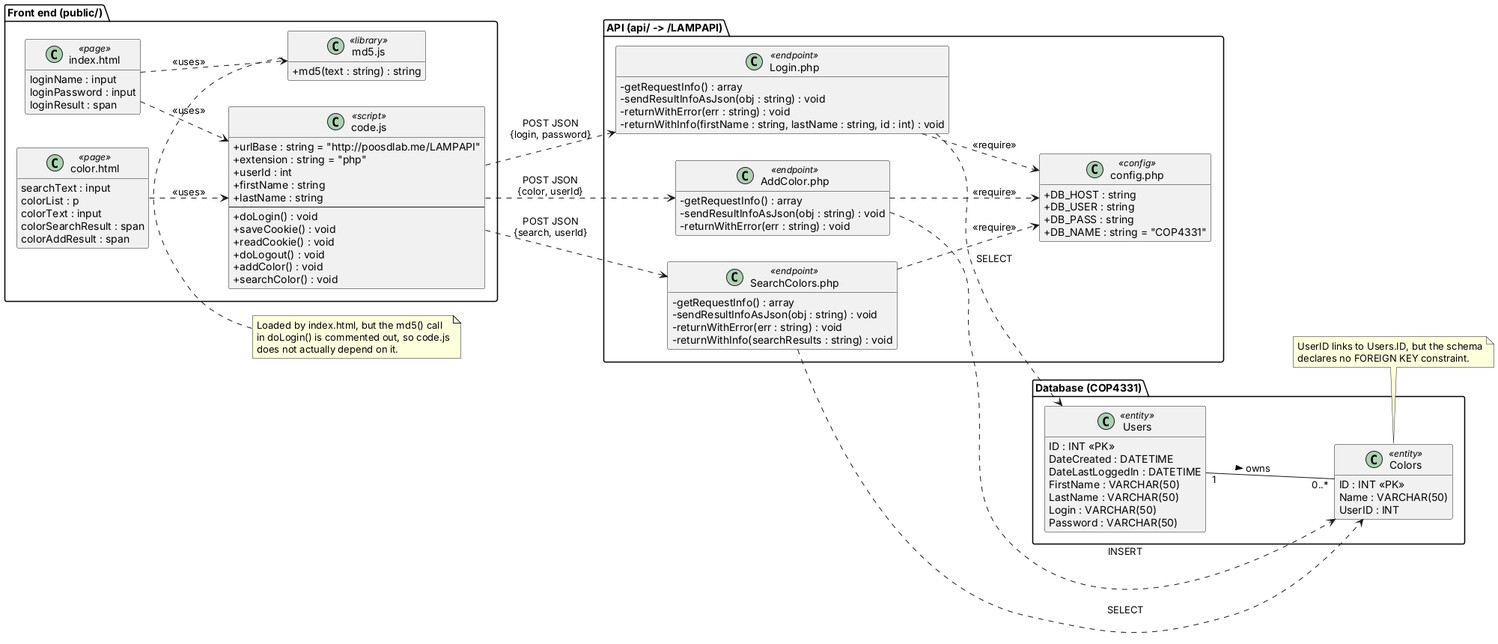
Earlier version of the PlantUML export docs/uml/class.png (JoshuaE92/PoosdProject).
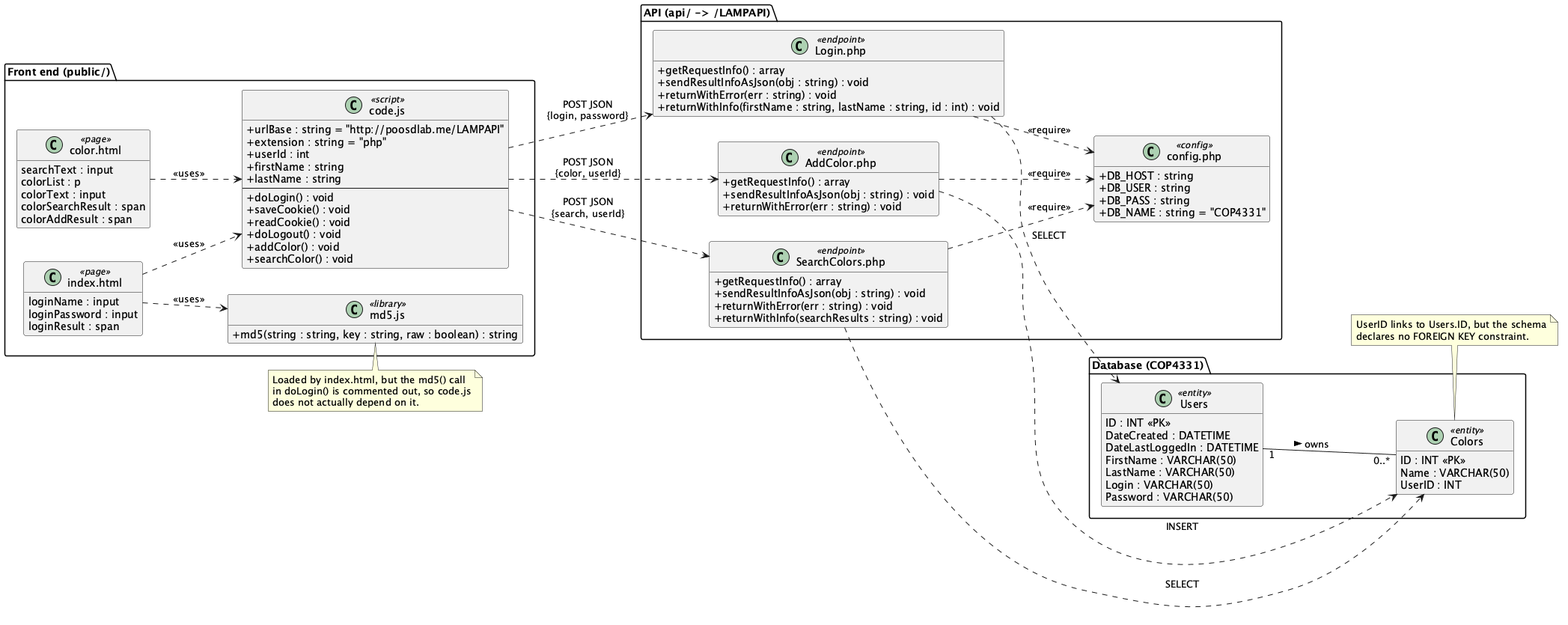
Later version of the same file.

Commit message:
Fix UML diagrams after review against code and class readings

What changed in the source:
```diff
@@ -31,27 +31,27 @@
     +searchColor() : void
   }
   class "md5.js" as MD5 <<library>> {
-    +md5(text : string) : string
+    +md5(string : string, key : string, raw : boolean) : string
   }
 }
 
 package "API (api/ -> /LAMPAPI)" {
   class "Login.php" as LoginAPI <<endpoint>> {
-    -getRequestInfo() : array
-    -sendResultInfoAsJson(obj : string) : void
-    -returnWithError(err : string) : void
-    -returnWithInfo(firstName : string, lastName : string, id : int) : void
+    +getRequestInfo() : array
+    +sendResultInfoAsJson(obj : string) : void
+    +returnWithError(err : string) : void
+    +returnWithInfo(firstName : string, lastName : string, id : int) : void
   }
   class "AddColor.php" as AddColorAPI <<endpoint>> {
-    -getRequestInfo() : array
-    -sendResultInfoAsJson(obj : string) : void
-    -returnWithError(err : string) : void
+    +getRequestInfo() : array
+    +sendResultInfoAsJson(obj : string) : void
+    +returnWithError(err : string) : void
   }
   class "SearchColors.php" as SearchAPI <<endpoint>> {
-    -getRequestInfo() : array
-    -sendResultInfoAsJson(obj : string) : void
-    -returnWithError(err : string) : void
-    -returnWithInfo(searchResults : string) : void
+    +getRequestInfo() : array
+    +sendResultInfoAsJson(obj : string) : void
+    +returnWithError(err : string) : void
+    +returnWithInfo(searchResults : string) : void
   }
   class "config.php" as Config <<config>> {
     +DB_HOST : string
```
